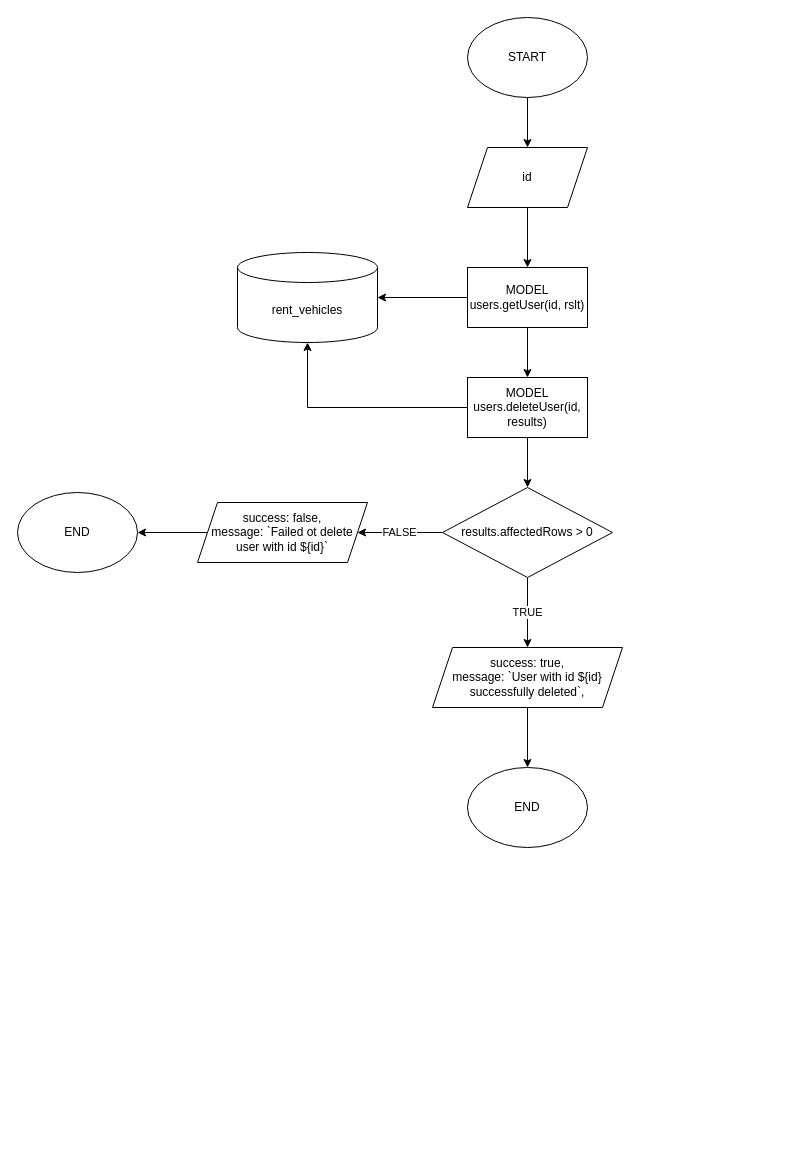
Earlier version of the draw.io diagram page "delete user" (4 of 4) of flowchart&ERD/users.drawio (rintosaputro/fw5-backend-beginner). Source tidied: cells renumbered, new cells numbered last; positions are measured from the earlier drawing's top-left corner, leaving out a move shared by most shapes. Both pictures are drawn from the tidied source at 100%, with x=0, y=0 at pixel (17, 17).
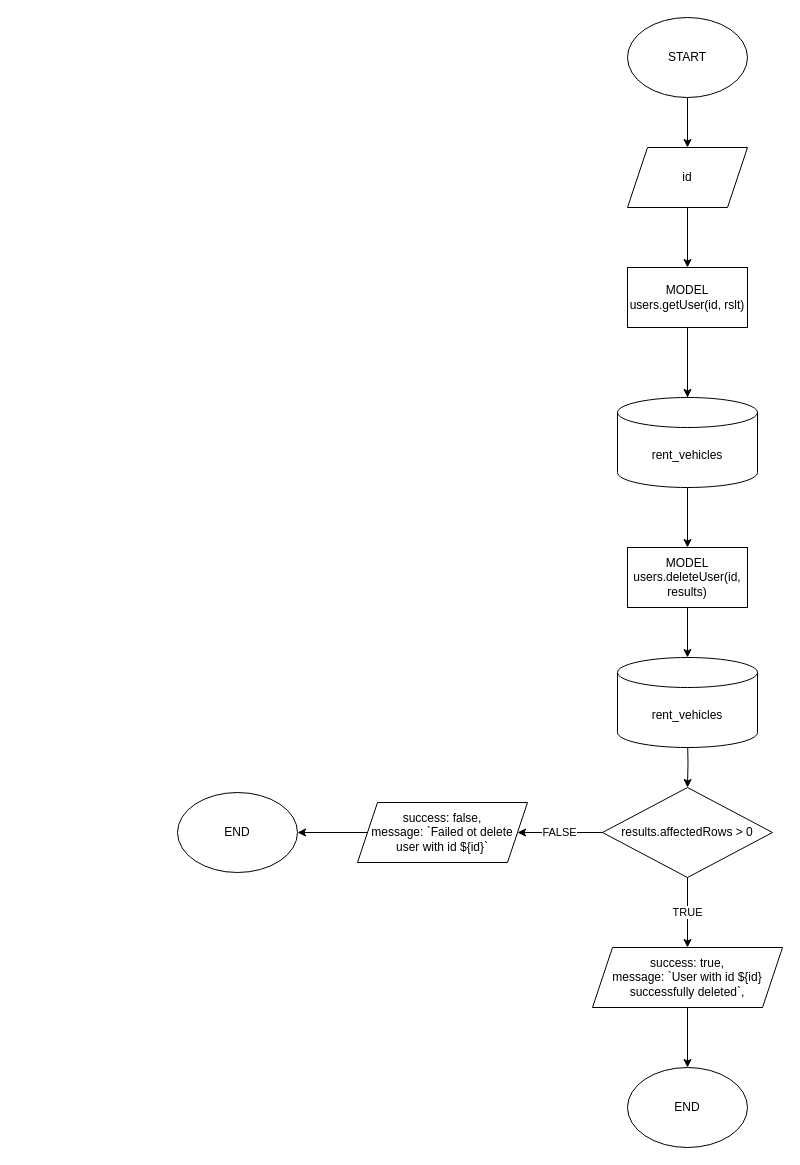
After the change.

Change to the diagram source:
```diff
@@
     <mxCell id="3" value="START" style="ellipse;whiteSpace=wrap;html=1;" parent="1" vertex="1">
-      <mxGeometry x="450" width="120" height="80" as="geometry" />
+      <mxGeometry x="610" width="120" height="80" as="geometry" />
     </mxCell>
@@
     <mxCell id="5" value="id" style="shape=parallelogram;perimeter=parallelogramPerimeter;whiteSpace=wrap;html=1;fixedSize=1;" parent="1" vertex="1">
-      <mxGeometry x="450" y="130" width="120" height="60" as="geometry" />
+      <mxGeometry x="610" y="130" width="120" height="60" as="geometry" />
     </mxCell>
@@
     <mxCell id="8" value="MODEL&lt;br&gt;users.getUser(id, rslt)" style="rounded=0;whiteSpace=wrap;html=1;" parent="1" vertex="1">
-      <mxGeometry x="450" y="250" width="120" height="60" as="geometry" />
+      <mxGeometry x="610" y="250" width="120" height="60" as="geometry" />
     </mxCell>
     <mxCell id="9" value="rent_vehicles" style="shape=cylinder3;whiteSpace=wrap;html=1;boundedLbl=1;backgroundOutline=1;size=15;" parent="1" vertex="1">
-      <mxGeometry x="220" y="235" width="140" height="90" as="geometry" />
+      <mxGeometry x="600" y="380" width="140" height="90" as="geometry" />
     </mxCell>
-    <mxCell id="10" style="edgeStyle=orthogonalEdgeStyle;rounded=0;jettySize=auto;html=1;entryX=0.5;entryY=1;entryDx=0;entryDy=0;entryPerimeter=0;" parent="1" edge="1" source="12" target="9">
-      <mxGeometry relative="1" as="geometry" />
-    </mxCell>
-    <mxCell id="11" style="edgeStyle=orthogonalEdgeStyle;rounded=0;jettySize=auto;html=1;" parent="1" edge="1" source="12" target="15">
-      <mxGeometry relative="1" as="geometry" />
+    <mxCell id="11" style="edgeStyle=orthogonalEdgeStyle;rounded=0;jettySize=auto;html=1;" parent="1" edge="1" target="15">
+      <mxGeometry relative="1" as="geometry">
+        <mxPoint x="670" y="720" as="sourcePoint" />
+      </mxGeometry>
     </mxCell>
+    <mxCell id="22" style="edgeStyle=orthogonalEdgeStyle;rounded=0;jettySize=auto;html=1;" parent="1" edge="1" source="12" target="23">
+      <mxGeometry relative="1" as="geometry" />
+    </mxCell>
     <mxCell id="12" value="MODEL&lt;br&gt;users.deleteUser(id, results)" style="rounded=0;whiteSpace=wrap;html=1;" parent="1" vertex="1">
-      <mxGeometry x="450" y="360" width="120" height="60" as="geometry" />
+      <mxGeometry x="610" y="530" width="120" height="60" as="geometry" />
     </mxCell>
@@
     <mxCell id="15" value="results.affectedRows &amp;gt; 0" style="rhombus;whiteSpace=wrap;html=1;" parent="1" vertex="1">
-      <mxGeometry x="425" y="470" width="170" height="90" as="geometry" />
+      <mxGeometry x="585" y="770" width="170" height="90" as="geometry" />
     </mxCell>
@@
     <mxCell id="17" value="success: false,&lt;br&gt;message: `Failed ot delete user with id ${id}`" style="shape=parallelogram;perimeter=parallelogramPerimeter;whiteSpace=wrap;html=1;fixedSize=1;" parent="1" vertex="1">
-      <mxGeometry x="180" y="485" width="170" height="60" as="geometry" />
+      <mxGeometry x="340" y="785" width="170" height="60" as="geometry" />
     </mxCell>
     <mxCell id="18" value="END" style="ellipse;whiteSpace=wrap;html=1;" parent="1" vertex="1">
-      <mxGeometry y="475" width="120" height="80" as="geometry" />
+      <mxGeometry x="160" y="775" width="120" height="80" as="geometry" />
     </mxCell>
@@
     <mxCell id="20" value="success: true,&lt;br&gt;message: `User with id ${id} successfully deleted`," style="shape=parallelogram;perimeter=parallelogramPerimeter;whiteSpace=wrap;html=1;fixedSize=1;" parent="1" vertex="1">
-      <mxGeometry x="415" y="630" width="190" height="60" as="geometry" />
+      <mxGeometry x="575" y="930" width="190" height="60" as="geometry" />
     </mxCell>
     <mxCell id="21" value="END" style="ellipse;whiteSpace=wrap;html=1;" parent="1" vertex="1">
-      <mxGeometry x="450" y="750" width="120" height="80" as="geometry" />
+      <mxGeometry x="610" y="1050" width="120" height="80" as="geometry" />
     </mxCell>
+    <mxCell id="23" value="rent_vehicles" style="shape=cylinder3;whiteSpace=wrap;html=1;boundedLbl=1;backgroundOutline=1;size=15;" parent="1" vertex="1">
+      <mxGeometry x="600" y="640" width="140" height="90" as="geometry" />
+    </mxCell>
```
